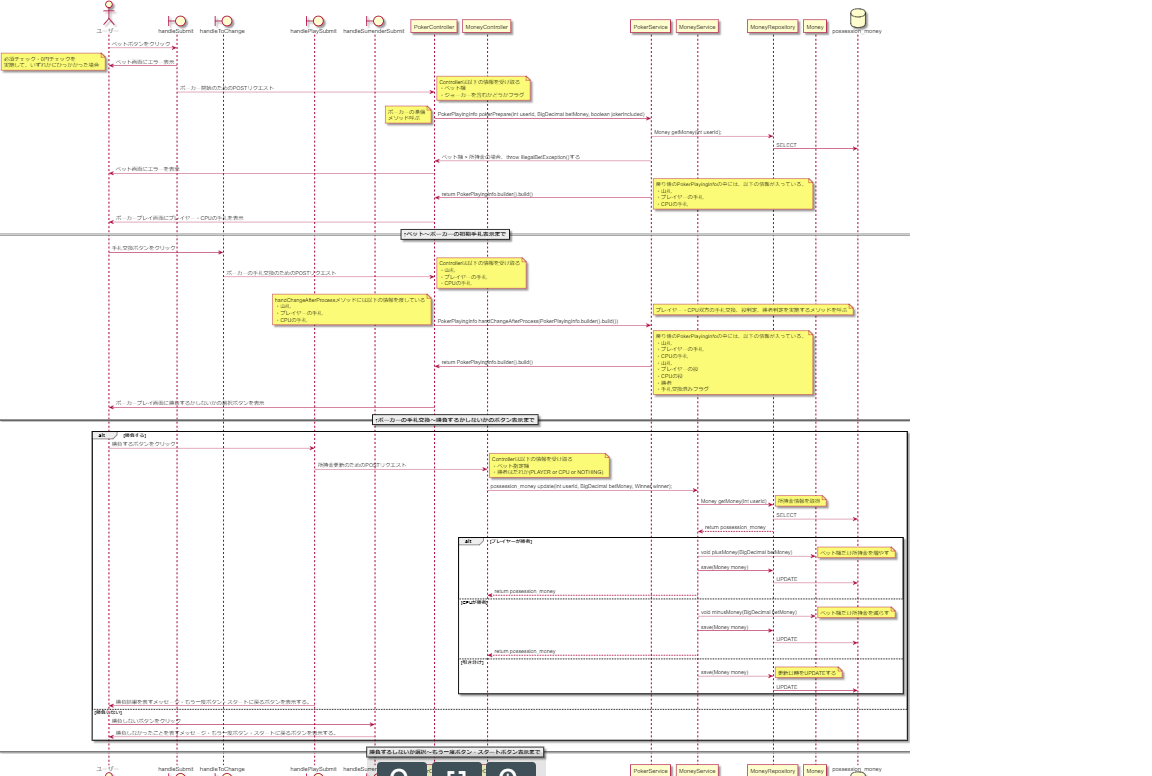
Above: docs/詳細設計/シーケンス図/ベット/ベットする(シーケンス図).png in CSTSCSTS/UserAp (PlantUML), before the change. Its source is kept beside it as docs/詳細設計/シーケンス図/ベット/ベットする(シーケンス図).puml.
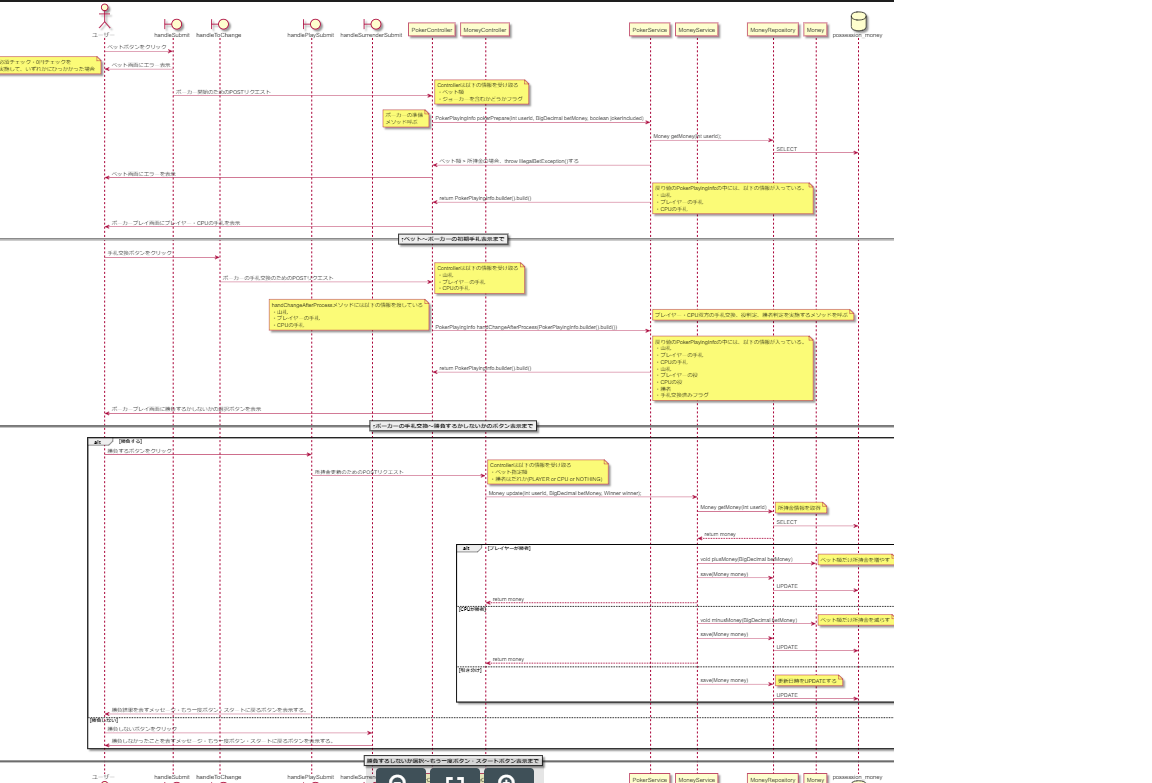
Later version of the same file.

Commit message:
ベットする修正

What changed in the source:
```diff
@@ -47,23 +47,23 @@
   ユーザー -> handlePlaySubmit : 勝負するボタンをクリック
   handlePlaySubmit -> MoneyController : 所持金更新のためのPOSTリクエスト
   note right: Controllerは以下の情報を受け取る\n・ベット指定額\n・勝者はだれか(PLAYER or CPU or NOTHING)
-  MoneyController -> MoneyService : possession_money update(int userId, BigDecimal betMoney, Winner winner);
+  MoneyController -> MoneyService : Money update(int userId, BigDecimal betMoney, Winner winner);
   MoneyService -> MoneyRepository : Money getMoney(int userId)
   note right : 所持金情報を取得
   MoneyRepository -> possession_money : SELECT
-  MoneyRepository --> MoneyService : return possession_money
+  MoneyRepository --> MoneyService : return money
   alt プレイヤーが勝者
     MoneyService -> Money : void plusMoney(BigDecimal betMoney)
     note right : ベット額だけ所持金を増やす
     MoneyService -> MoneyRepository : save(Money money)
     MoneyRepository -> possession_money : UPDATE
-    MoneyService --> MoneyController : return possession_money
+    MoneyService --> MoneyController : return money
   else CPUが勝者
     MoneyService -> Money : void minusMoney(BigDecimal betMoney)
     note right : ベット額だけ所持金を減らす
     MoneyService -> MoneyRepository : save(Money money)
     MoneyRepository -> possession_money : UPDATE
-    MoneyService --> MoneyController : return possession_money
+    MoneyService --> MoneyController : return money
   else 引き分け
     MoneyService -> MoneyRepository : save(Money money)
     note right : 更新日時をUPDATEする
```
